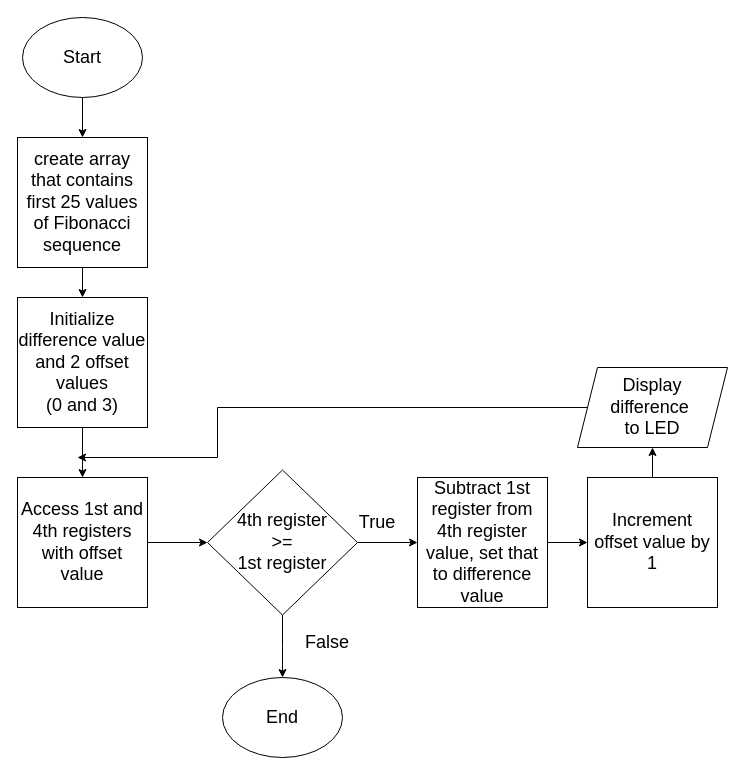
This is SW4.drawio from psp-player/CPE233, a draw.io file, before an edit. Source tidied: cells renumbered, new cells numbered last; positions are measured from the earlier drawing's top-left corner, leaving out a move shared by most shapes. Both pictures are drawn from the tidied source at 100%, with x=0, y=0 at pixel (17, 17).
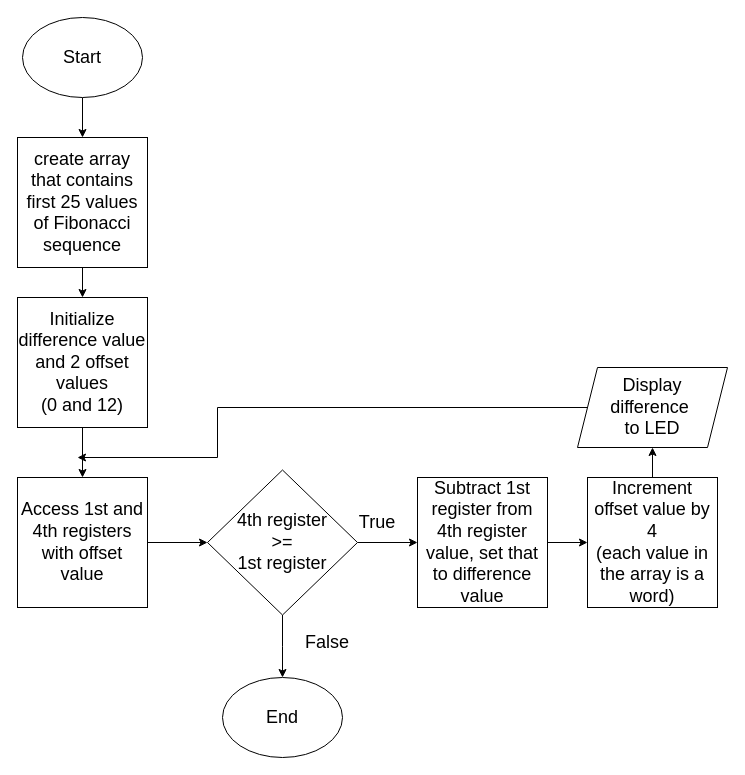
After the change.

Change to the diagram source:
```diff
@@
-    <mxCell id="7" value="&lt;font style=&quot;font-size: 18px;&quot;&gt;Initialize difference value and 2 offset values &lt;br&gt;(0 and 3)&lt;/font&gt;" style="whiteSpace=wrap;html=1;" parent="1" vertex="1">
+    <mxCell id="7" value="&lt;font style=&quot;font-size: 18px;&quot;&gt;Initialize difference value and 2 offset values &lt;br&gt;(0 and 12)&lt;/font&gt;" style="whiteSpace=wrap;html=1;" parent="1" vertex="1">
       <mxGeometry y="280" width="130" height="130" as="geometry" />
     </mxCell>
@@
-    <mxCell id="19" value="&lt;font style=&quot;font-size: 18px;&quot;&gt;Increment offset value by 1&lt;/font&gt;" style="whiteSpace=wrap;html=1;" parent="1" vertex="1">
+    <mxCell id="19" value="&lt;font style=&quot;font-size: 18px;&quot;&gt;Increment offset value by 4&lt;br&gt;(each value in the array is a word)&lt;br&gt;&lt;/font&gt;" style="whiteSpace=wrap;html=1;" parent="1" vertex="1">
       <mxGeometry x="570" y="460" width="130" height="130" as="geometry" />
     </mxCell>
```
